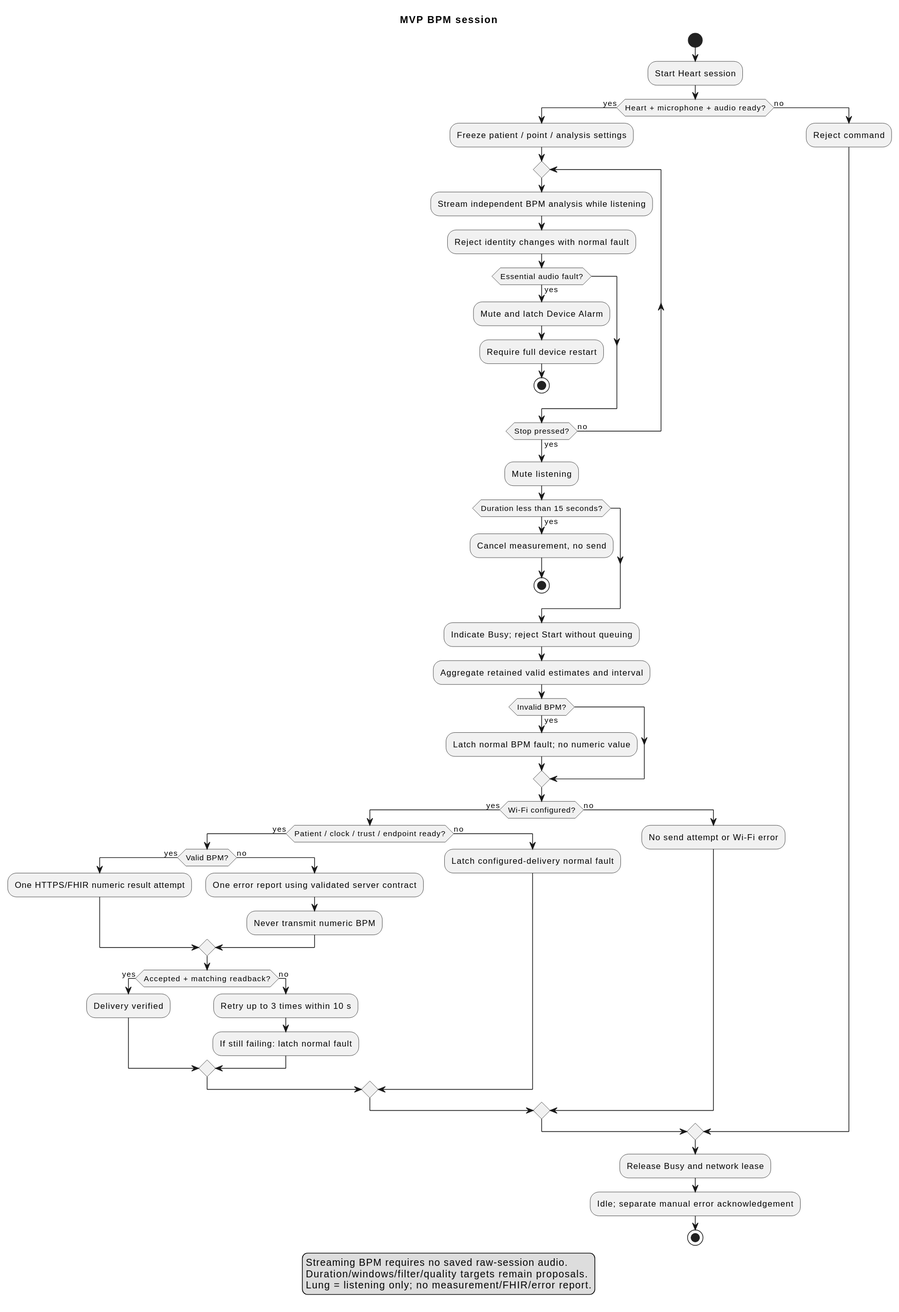
DemonicPsychoII/DigitalStethoscope keeps this PlantUML diagram as Development/system/architecture/rendered/measurement_workflow.svg. Above is the earlier version.
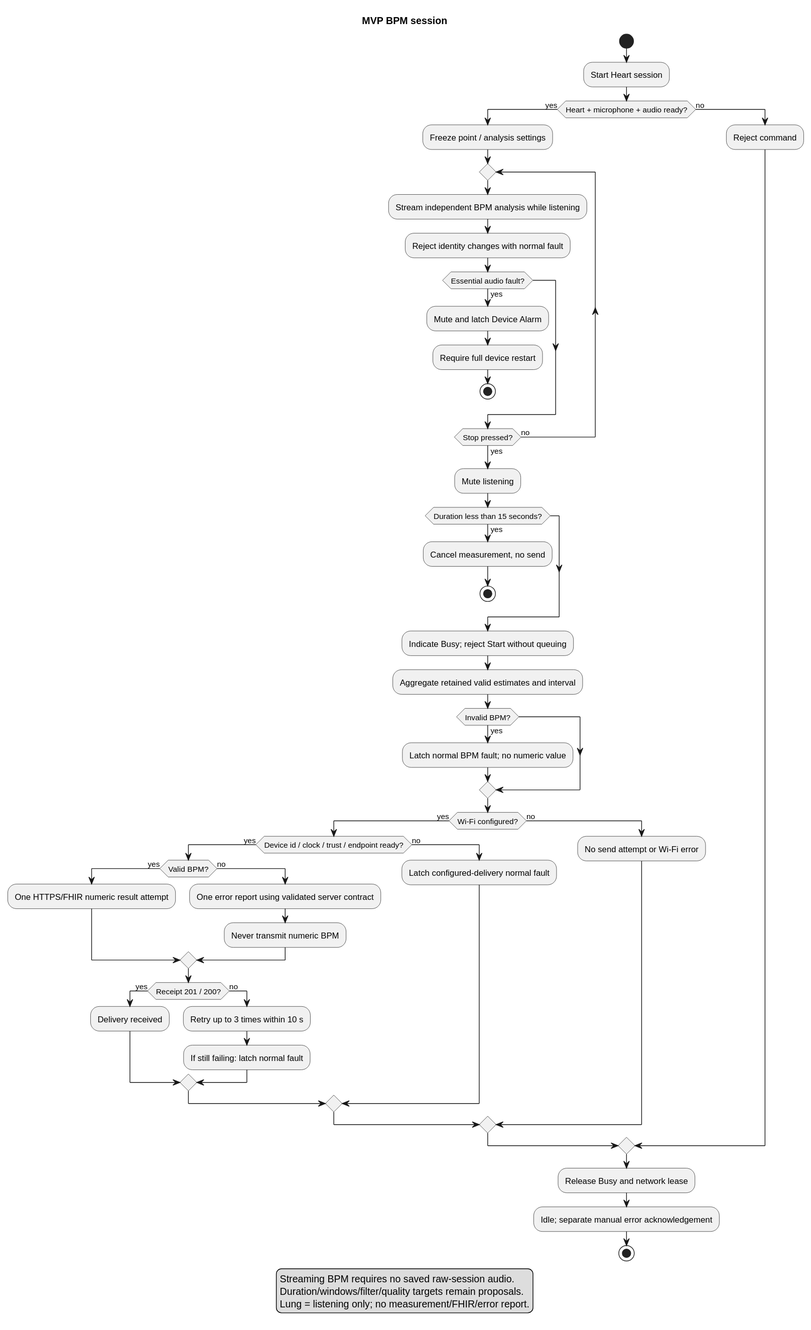
After the change.

Diff of the diagram source:
```diff
@@ -5,7 +5,7 @@
 start
 :Start Heart session;
 if (Heart + microphone + audio ready?) then (yes)
- :Freeze patient / point / analysis settings;
+ :Freeze point / analysis settings;
  repeat
   :Stream independent BPM analysis while listening;
   :Reject identity changes with normal fault;
@@ -26,15 +26,15 @@
   :Latch normal BPM fault; no numeric value;
  endif
  if (Wi-Fi configured?) then (yes)
-  if (Patient / clock / trust / endpoint ready?) then (yes)
+  if (Device id / clock / trust / endpoint ready?) then (yes)
    if (Valid BPM?) then (yes)
     :One HTTPS/FHIR numeric result attempt;
    else (no)
     :One error report using validated server contract;
     :Never transmit numeric BPM;
    endif
-   if (Accepted + matching readback?) then (yes)
-    :Delivery verified;
+   if (Receipt 201 / 200?) then (yes)
+    :Delivery received;
    else (no)
     :Retry up to 3 times within 10 s;
     :If still failing: latch normal fault;
```
